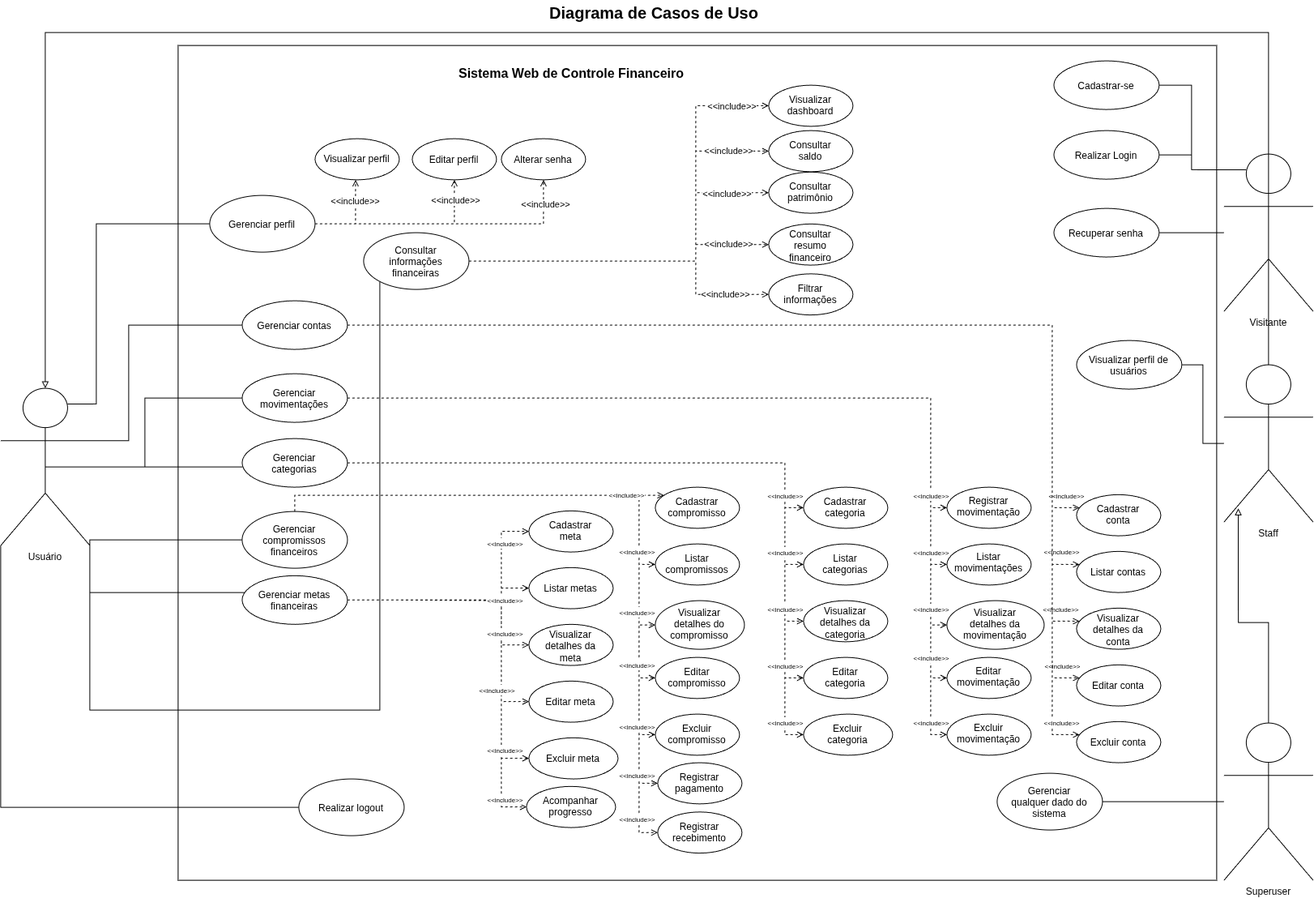
The draw.io diagram docs/diagramas/Casos de uso/Diagrama_Casos_de_Uso_Controle_Financeiro.drawio.png in Francielp2/Controle_Financeiro, before a commit. Source tidied: cells renumbered, new cells last; positions are measured from the earlier drawing's top-left corner, leaving out a move shared by most shapes.
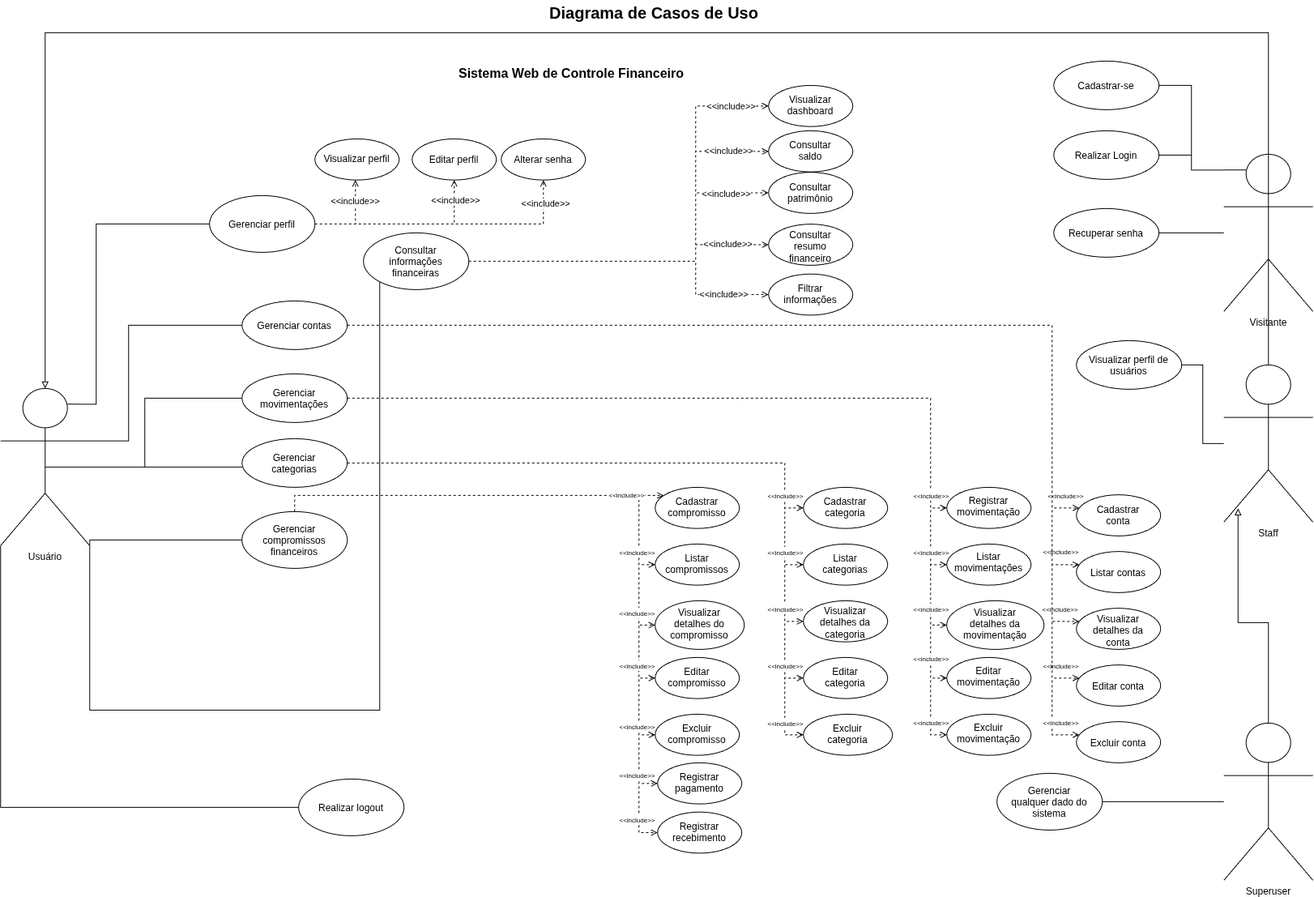
The same file after the commit.

Commit message:
Correção nos diagramas de casos de uso

What changed in the source:
```diff
@@ -2,9 +2,6 @@
   <root>
     <mxCell id="0" />
     <mxCell id="1" parent="0" />
-    <mxCell id="2" style="html=1;align=center;verticalAlign=middle;dashed=0;whiteSpace=wrap;fontStyle=1;" parent="1" vertex="1">
-      <mxGeometry x="219" y="56" width="1282" height="1030" as="geometry" />
-    </mxCell>
     <mxCell id="3" value="Diagrama de Casos de Uso" style="text;html=1;whiteSpace=wrap;strokeColor=none;fillColor=none;align=center;verticalAlign=middle;rounded=0;fontStyle=1;fontSize=20;" parent="1" vertex="1">
       <mxGeometry x="617" width="380" height="30" as="geometry" />
     </mxCell>
@@ -58,13 +55,6 @@
         </Array>
       </mxGeometry>
     </mxCell>
-    <mxCell id="11" style="edgeStyle=orthogonalEdgeStyle;rounded=0;jettySize=auto;html=1;exitX=1;exitY=1;exitDx=0;exitDy=0;exitPerimeter=0;endArrow=none;endFill=0;" parent="1" edge="1" source="13" target="46">
-      <mxGeometry relative="1" as="geometry">
-        <Array as="points">
-          <mxPoint x="110" y="731" />
-        </Array>
-      </mxGeometry>
-    </mxCell>
     <mxCell id="12" style="edgeStyle=orthogonalEdgeStyle;rounded=0;jettySize=auto;html=1;exitX=0;exitY=1;exitDx=0;exitDy=0;exitPerimeter=0;endArrow=none;endFill=0;" parent="1" edge="1" source="13" target="73">
       <mxGeometry relative="1" as="geometry">
         <Array as="points">
@@ -238,58 +228,6 @@
     <mxCell id="39" value="Gerenciar movimentações" style="ellipse;whiteSpace=wrap;html=1;shapeInside=1;" parent="1" vertex="1">
       <mxGeometry x="298" y="461" width="130" height="60" as="geometry" />
     </mxCell>
-    <mxCell id="40" style="edgeStyle=orthogonalEdgeStyle;rounded=0;jettySize=auto;html=1;endArrow=open;endFill=0;dashed=1;" parent="1" edge="1" source="46" target="79">
-      <mxGeometry relative="1" as="geometry">
-        <Array as="points">
-          <mxPoint x="618" y="740.2" />
-          <mxPoint x="618" y="655.6" />
-        </Array>
-      </mxGeometry>
-    </mxCell>
-    <mxCell id="41" style="edgeStyle=orthogonalEdgeStyle;rounded=0;jettySize=auto;html=1;endArrow=open;endFill=0;dashed=1;" parent="1" edge="1" source="46" target="80">
-      <mxGeometry relative="1" as="geometry">
-        <Array as="points">
-          <mxPoint x="618" y="740.2" />
-          <mxPoint x="618" y="725.6" />
-        </Array>
-      </mxGeometry>
-    </mxCell>
-    <mxCell id="42" style="edgeStyle=orthogonalEdgeStyle;rounded=0;jettySize=auto;html=1;endArrow=open;endFill=0;dashed=1;" parent="1" edge="1" source="46" target="81">
-      <mxGeometry relative="1" as="geometry">
-        <Array as="points">
-          <mxPoint x="488" y="740.2" />
-          <mxPoint x="618" y="741" />
-          <mxPoint x="618" y="795.6" />
-        </Array>
-      </mxGeometry>
-    </mxCell>
-    <mxCell id="43" style="edgeStyle=orthogonalEdgeStyle;rounded=0;jettySize=auto;html=1;endArrow=open;endFill=0;dashed=1;" parent="1" edge="1" source="46" target="82">
-      <mxGeometry relative="1" as="geometry">
-        <Array as="points">
-          <mxPoint x="618" y="740.2" />
-          <mxPoint x="618" y="865.6" />
-        </Array>
-      </mxGeometry>
-    </mxCell>
-    <mxCell id="44" style="edgeStyle=orthogonalEdgeStyle;rounded=0;jettySize=auto;html=1;endArrow=open;endFill=0;dashed=1;" parent="1" edge="1" source="46" target="83">
-      <mxGeometry relative="1" as="geometry">
-        <Array as="points">
-          <mxPoint x="618" y="740.2" />
-          <mxPoint x="618" y="935.6" />
-        </Array>
-      </mxGeometry>
-    </mxCell>
-    <mxCell id="45" style="edgeStyle=orthogonalEdgeStyle;rounded=0;jettySize=auto;html=1;endArrow=open;endFill=0;dashed=1;" parent="1" edge="1" source="46" target="99">
-      <mxGeometry relative="1" as="geometry">
-        <Array as="points">
-          <mxPoint x="618" y="740.2" />
-          <mxPoint x="618" y="995.6" />
-        </Array>
-      </mxGeometry>
-    </mxCell>
-    <mxCell id="46" value="Gerenciar metas financeiras" style="ellipse;whiteSpace=wrap;html=1;shapeInside=1;" parent="1" vertex="1">
-      <mxGeometry x="298" y="710.2" width="130" height="60" as="geometry" />
-    </mxCell>
     <mxCell id="47" style="edgeStyle=orthogonalEdgeStyle;rounded=0;jettySize=auto;html=1;endArrow=open;endFill=0;dashed=1;" parent="1" edge="1" source="54" target="89">
       <mxGeometry relative="1" as="geometry">
         <Array as="points">
@@ -455,21 +393,6 @@
     <mxCell id="78" value="Listar contas" style="ellipse;whiteSpace=wrap;html=1;shapeInside=1;" parent="1" vertex="1">
       <mxGeometry x="1328" y="680.2" width="104" height="50.8" as="geometry" />
     </mxCell>
-    <mxCell id="79" value="Cadastrar meta" style="ellipse;whiteSpace=wrap;html=1;shapeInside=1;" parent="1" vertex="1">
-      <mxGeometry x="652" y="630.2" width="104" height="50.8" as="geometry" />
-    </mxCell>
-    <mxCell id="80" value="Listar metas" style="ellipse;whiteSpace=wrap;html=1;shapeInside=1;" parent="1" vertex="1">
-      <mxGeometry x="652" y="700.2" width="104" height="50.8" as="geometry" />
-    </mxCell>
-    <mxCell id="81" value="Visualizar detalhes da meta" style="ellipse;whiteSpace=wrap;html=1;shapeInside=1;" parent="1" vertex="1">
-      <mxGeometry x="652" y="770.2" width="104" height="50.8" as="geometry" />
-    </mxCell>
-    <mxCell id="82" value="Editar meta" style="ellipse;whiteSpace=wrap;html=1;shapeInside=1;" parent="1" vertex="1">
-      <mxGeometry x="652" y="840.2" width="104" height="50.8" as="geometry" />
-    </mxCell>
-    <mxCell id="83" value="Excluir meta" style="ellipse;whiteSpace=wrap;html=1;shapeInside=1;" parent="1" vertex="1">
-      <mxGeometry x="652" y="910.2" width="110" height="50.8" as="geometry" />
-    </mxCell>
     <mxCell id="84" value="Cadastrar categoria" style="ellipse;whiteSpace=wrap;html=1;shapeInside=1;" parent="1" vertex="1">
       <mxGeometry x="991" y="601" width="104" height="50.8" as="geometry" />
     </mxCell>
@@ -515,9 +438,6 @@
     <mxCell id="98" value="Excluir movimentação" style="ellipse;whiteSpace=wrap;html=1;shapeInside=1;" parent="1" vertex="1">
       <mxGeometry x="1168" y="881" width="104" height="50.8" as="geometry" />
     </mxCell>
-    <mxCell id="99" value="Acompanhar progresso" style="ellipse;whiteSpace=wrap;html=1;shapeInside=1;" parent="1" vertex="1">
-      <mxGeometry x="649" y="970.2" width="110" height="50.8" as="geometry" />
-    </mxCell>
     <mxCell id="100" value="Registrar recebimento" style="ellipse;whiteSpace=wrap;html=1;shapeInside=1;" parent="1" vertex="1">
       <mxGeometry x="811" y="1001.8" width="104" height="50.8" as="geometry" />
     </mxCell>
@@ -613,36 +533,6 @@
         <mxPoint x="-206" y="-11" as="offset" />
       </mxGeometry>
     </mxCell>
-    <mxCell id="127" value="&lt;font style=&quot;font-size: 8px;&quot;&gt;&amp;lt;&amp;lt;include&amp;gt;&amp;gt;&lt;/font&gt;" style="edgeLabel;html=1;align=center;verticalAlign=middle;" parent="1" vertex="1">
-      <mxGeometry x="828" y="680.2" as="geometry">
-        <mxPoint x="-206" y="-11" as="offset" />
-      </mxGeometry>
-    </mxCell>
-    <mxCell id="128" value="&lt;font style=&quot;font-size: 8px;&quot;&gt;&amp;lt;&amp;lt;include&amp;gt;&amp;gt;&lt;/font&gt;" style="edgeLabel;html=1;align=center;verticalAlign=middle;" parent="1" vertex="1">
-      <mxGeometry x="828" y="750.2" as="geometry">
-        <mxPoint x="-206" y="-11" as="offset" />
-      </mxGeometry>
-    </mxCell>
-    <mxCell id="129" value="&lt;font style=&quot;font-size: 8px;&quot;&gt;&amp;lt;&amp;lt;include&amp;gt;&amp;gt;&lt;/font&gt;" style="edgeLabel;html=1;align=center;verticalAlign=middle;" parent="1" vertex="1">
-      <mxGeometry x="828" y="791.8" as="geometry">
-        <mxPoint x="-206" y="-11" as="offset" />
-      </mxGeometry>
-    </mxCell>
-    <mxCell id="130" value="&lt;font style=&quot;font-size: 8px;&quot;&gt;&amp;lt;&amp;lt;include&amp;gt;&amp;gt;&lt;/font&gt;" style="edgeLabel;html=1;align=center;verticalAlign=middle;" parent="1" vertex="1">
-      <mxGeometry x="818" y="861.8" as="geometry">
-        <mxPoint x="-206" y="-11" as="offset" />
-      </mxGeometry>
-    </mxCell>
-    <mxCell id="131" value="&lt;font style=&quot;font-size: 8px;&quot;&gt;&amp;lt;&amp;lt;include&amp;gt;&amp;gt;&lt;/font&gt;" style="edgeLabel;html=1;align=center;verticalAlign=middle;" parent="1" vertex="1">
-      <mxGeometry x="828" y="935.6" as="geometry">
-        <mxPoint x="-206" y="-11" as="offset" />
-      </mxGeometry>
-    </mxCell>
-    <mxCell id="132" value="&lt;font style=&quot;font-size: 8px;&quot;&gt;&amp;lt;&amp;lt;include&amp;gt;&amp;gt;&lt;/font&gt;" style="edgeLabel;html=1;align=center;verticalAlign=middle;" parent="1" vertex="1">
-      <mxGeometry x="828" y="997" as="geometry">
-        <mxPoint x="-206" y="-11" as="offset" />
-      </mxGeometry>
-    </mxCell>
     <mxCell id="133" style="edgeStyle=orthogonalEdgeStyle;rounded=0;jettySize=auto;html=1;exitX=0.25;exitY=0.1;exitDx=0;exitDy=0;exitPerimeter=0;endArrow=none;endFill=0;" parent="1" edge="1" source="135" target="14">
       <mxGeometry relative="1" as="geometry">
         <Array as="points">
```
